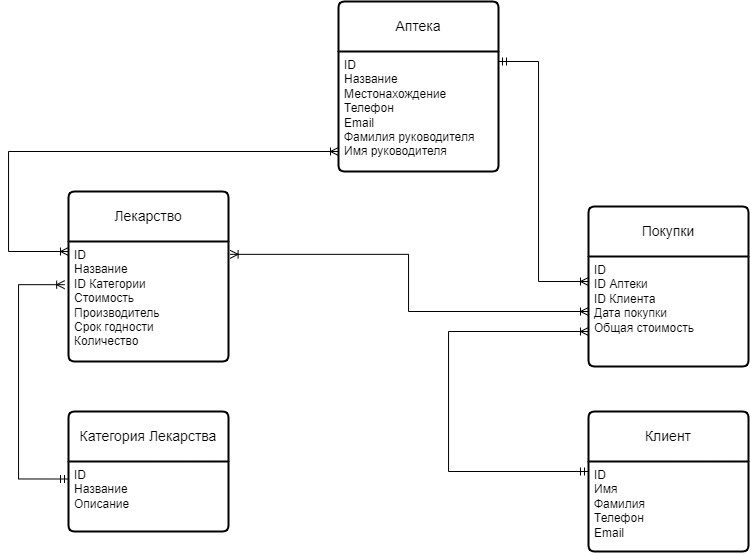
This is Data_Base.drawio.png from Darber32/Calculator, a draw.io export, as it was before one commit. Source tidied: cells renumbered, new cells last; positions are measured from the earlier drawing's top-left corner, leaving out a move shared by most shapes.
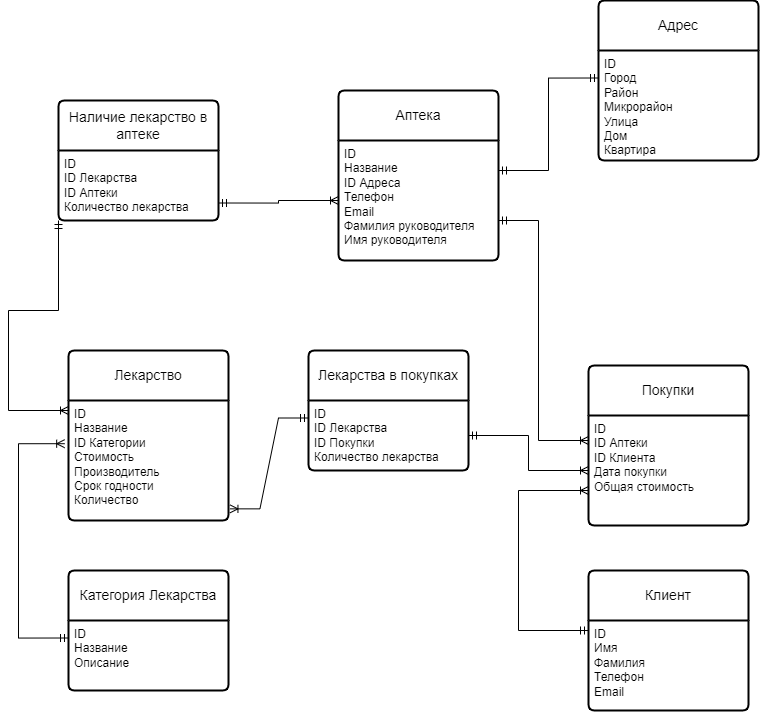
The same file after the commit.

What changed in the source:
```diff
@@ -3,9 +3,9 @@
     <mxCell id="0" />
     <mxCell id="1" parent="0" />
     <mxCell id="2" value="Аптека" style="swimlane;horizontal=1;startSize=50;rounded=1;fontSize=14;fontStyle=0;strokeWidth=2;shadow=0;dashed=0;align=center;arcSize=4;whiteSpace=wrap;html=1;" parent="1" vertex="1">
-      <mxGeometry x="330" width="160" height="170" as="geometry" />
+      <mxGeometry x="330" y="-70" width="160" height="170" as="geometry" />
     </mxCell>
-    <mxCell id="3" value="ID&lt;div&gt;Название&lt;/div&gt;&lt;div&gt;Местонахождение&lt;/div&gt;&lt;div&gt;Телефон&lt;/div&gt;&lt;div&gt;Email&lt;/div&gt;&lt;div&gt;Фамилия руководителя&lt;/div&gt;&lt;div&gt;Имя руководителя&lt;/div&gt;&lt;div&gt;&lt;br&gt;&lt;/div&gt;" style="align=left;strokeColor=none;fillColor=none;spacingLeft=4;fontSize=12;verticalAlign=top;html=1;" parent="2" vertex="1">
+    <mxCell id="3" value="ID&lt;div&gt;Название&lt;/div&gt;&lt;div&gt;ID Адреса&lt;/div&gt;&lt;div&gt;Телефон&lt;/div&gt;&lt;div&gt;Email&lt;/div&gt;&lt;div&gt;Фамилия руководителя&lt;/div&gt;&lt;div&gt;Имя руководителя&lt;/div&gt;&lt;div&gt;&lt;br&gt;&lt;/div&gt;" style="align=left;strokeColor=none;fillColor=none;spacingLeft=4;fontSize=12;verticalAlign=top;html=1;" parent="2" vertex="1">
       <mxGeometry y="50" width="160" height="120" as="geometry" />
     </mxCell>
     <mxCell id="4" value="Лекарство" style="swimlane;horizontal=1;startSize=50;rounded=1;fontSize=14;fontStyle=0;strokeWidth=2;shadow=0;dashed=0;align=center;arcSize=4;whiteSpace=wrap;html=1;" parent="1" vertex="1">
@@ -40,20 +40,21 @@
         </Array>
       </mxGeometry>
     </mxCell>
-    <mxCell id="13" style="edgeStyle=orthogonalEdgeStyle;fontSize=12;html=1;endArrow=ERoneToMany;startArrow=ERoneToMany;rounded=0;startFill=0;endFill=0;" parent="1" edge="1" target="3">
+    <mxCell id="13" style="edgeStyle=orthogonalEdgeStyle;fontSize=12;html=1;endArrow=ERmandOne;startArrow=ERoneToMany;rounded=0;startFill=0;endFill=0;entryX=0;entryY=1;entryDx=0;entryDy=0;" parent="1" edge="1" target="18">
       <mxGeometry relative="1" as="geometry">
         <mxPoint x="60" y="250" as="sourcePoint" />
         <Array as="points">
           <mxPoint y="250" />
           <mxPoint y="150" />
+          <mxPoint x="50" y="150" />
         </Array>
       </mxGeometry>
     </mxCell>
     <mxCell id="14" style="fontSize=12;html=1;endArrow=ERoneToMany;startArrow=ERmandOne;rounded=0;edgeStyle=orthogonalEdgeStyle;" parent="1" edge="1" source="11" target="7">
       <mxGeometry relative="1" as="geometry">
         <Array as="points">
-          <mxPoint x="440" y="470" />
-          <mxPoint x="440" y="330" />
+          <mxPoint x="510" y="470" />
+          <mxPoint x="510" y="330" />
         </Array>
       </mxGeometry>
     </mxCell>
@@ -65,8 +66,35 @@
         </Array>
       </mxGeometry>
     </mxCell>
-    <mxCell id="16" style="edgeStyle=orthogonalEdgeStyle;fontSize=12;html=1;endArrow=ERoneToMany;startArrow=ERoneToMany;rounded=0;exitX=1.01;exitY=0.107;exitDx=0;exitDy=0;exitPerimeter=0;entryX=0;entryY=0.5;entryDx=0;entryDy=0;startFill=0;" parent="1" edge="1" source="5" target="7">
+    <mxCell id="16" style="edgeStyle=orthogonalEdgeStyle;fontSize=12;html=1;endArrow=ERoneToMany;startArrow=ERmandOne;rounded=0;exitX=1;exitY=0.5;exitDx=0;exitDy=0;entryX=0;entryY=0.5;entryDx=0;entryDy=0;startFill=0;" parent="1" edge="1" source="24" target="7">
       <mxGeometry relative="1" as="geometry" />
     </mxCell>
+    <mxCell id="17" value="Наличие лекарство в аптеке" style="swimlane;horizontal=1;startSize=50;rounded=1;fontSize=14;fontStyle=0;strokeWidth=2;shadow=0;dashed=0;align=center;arcSize=4;whiteSpace=wrap;html=1;" parent="1" vertex="1">
+      <mxGeometry x="50" y="-60" width="160" height="120" as="geometry" />
+    </mxCell>
+    <mxCell id="18" value="ID&lt;div&gt;ID Лекарства&amp;nbsp;&lt;/div&gt;&lt;div&gt;ID Аптеки&lt;/div&gt;&lt;div&gt;Количество лекарства&lt;/div&gt;" style="align=left;strokeColor=none;fillColor=none;spacingLeft=4;fontSize=12;verticalAlign=top;html=1;" parent="17" vertex="1">
+      <mxGeometry y="50" width="160" height="70" as="geometry" />
+    </mxCell>
+    <mxCell id="19" style="edgeStyle=orthogonalEdgeStyle;fontSize=12;html=1;endArrow=ERoneToMany;startArrow=ERmandOne;rounded=0;exitX=1;exitY=0.75;exitDx=0;exitDy=0;" parent="1" edge="1" source="18" target="3">
+      <mxGeometry relative="1" as="geometry" />
+    </mxCell>
+    <mxCell id="20" value="Адрес" style="swimlane;horizontal=1;startSize=50;rounded=1;fontSize=14;fontStyle=0;strokeWidth=2;shadow=0;dashed=0;align=center;arcSize=4;whiteSpace=wrap;html=1;" parent="1" vertex="1">
+      <mxGeometry x="590" y="-160" width="160" height="160" as="geometry" />
+    </mxCell>
+    <mxCell id="21" value="&lt;div&gt;ID&lt;/div&gt;Город&lt;div&gt;Район&lt;/div&gt;&lt;div&gt;Микрорайон&lt;/div&gt;&lt;div&gt;Улица&lt;/div&gt;&lt;div&gt;Дом&lt;/div&gt;&lt;div&gt;Квартира&lt;/div&gt;" style="align=left;strokeColor=none;fillColor=none;spacingLeft=4;fontSize=12;verticalAlign=top;html=1;" parent="20" vertex="1">
+      <mxGeometry y="50" width="160" height="110" as="geometry" />
+    </mxCell>
+    <mxCell id="22" style="edgeStyle=orthogonalEdgeStyle;fontSize=12;html=1;endArrow=ERmandOne;startArrow=ERmandOne;rounded=0;entryX=0;entryY=0.25;entryDx=0;entryDy=0;exitX=1;exitY=0.25;exitDx=0;exitDy=0;" parent="1" edge="1" source="3" target="21">
+      <mxGeometry relative="1" as="geometry" />
+    </mxCell>
+    <mxCell id="23" value="Лекарства в покупках" style="swimlane;horizontal=1;startSize=50;rounded=1;fontSize=14;fontStyle=0;strokeWidth=2;shadow=0;dashed=0;align=center;arcSize=4;whiteSpace=wrap;html=1;" parent="1" vertex="1">
+      <mxGeometry x="300" y="190" width="160" height="120" as="geometry" />
+    </mxCell>
+    <mxCell id="24" value="ID&lt;div&gt;ID Лекарства&amp;nbsp;&lt;/div&gt;&lt;div&gt;ID Покупки&lt;/div&gt;&lt;div&gt;Количество лекарства&lt;/div&gt;" style="align=left;strokeColor=none;fillColor=none;spacingLeft=4;fontSize=12;verticalAlign=top;html=1;" parent="23" vertex="1">
+      <mxGeometry y="50" width="160" height="70" as="geometry" />
+    </mxCell>
+    <mxCell id="25" style="edgeStyle=entityRelationEdgeStyle;fontSize=12;html=1;endArrow=ERoneToMany;startArrow=ERmandOne;rounded=0;endFill=0;entryX=1.009;entryY=0.903;entryDx=0;entryDy=0;entryPerimeter=0;exitX=0;exitY=0.25;exitDx=0;exitDy=0;" parent="1" edge="1" source="24" target="5">
+      <mxGeometry relative="1" as="geometry" />
+    </mxCell>
   </root>
 </mxGraphModel>
```
